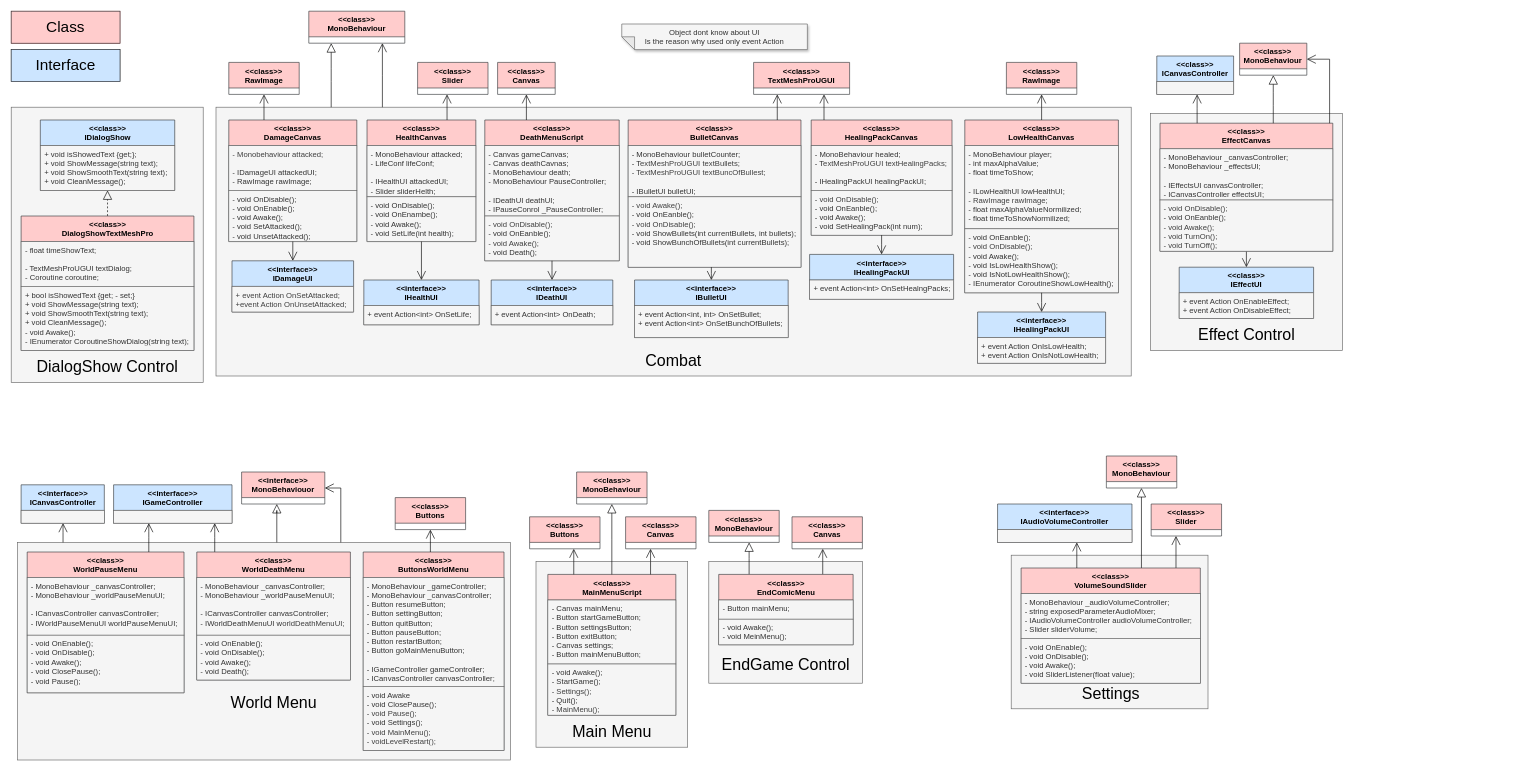
Before: doc/Class_Diagram_UI.drawio in OGecgo/TheCatCult, a draw.io diagram. Source tidied: cells renumbered, new cells numbered last; positions are measured from the earlier drawing's top-left corner, leaving out a move shared by most shapes. Both pictures are drawn from the tidied source at 64%, with x=0, y=0 at pixel (11, 11).
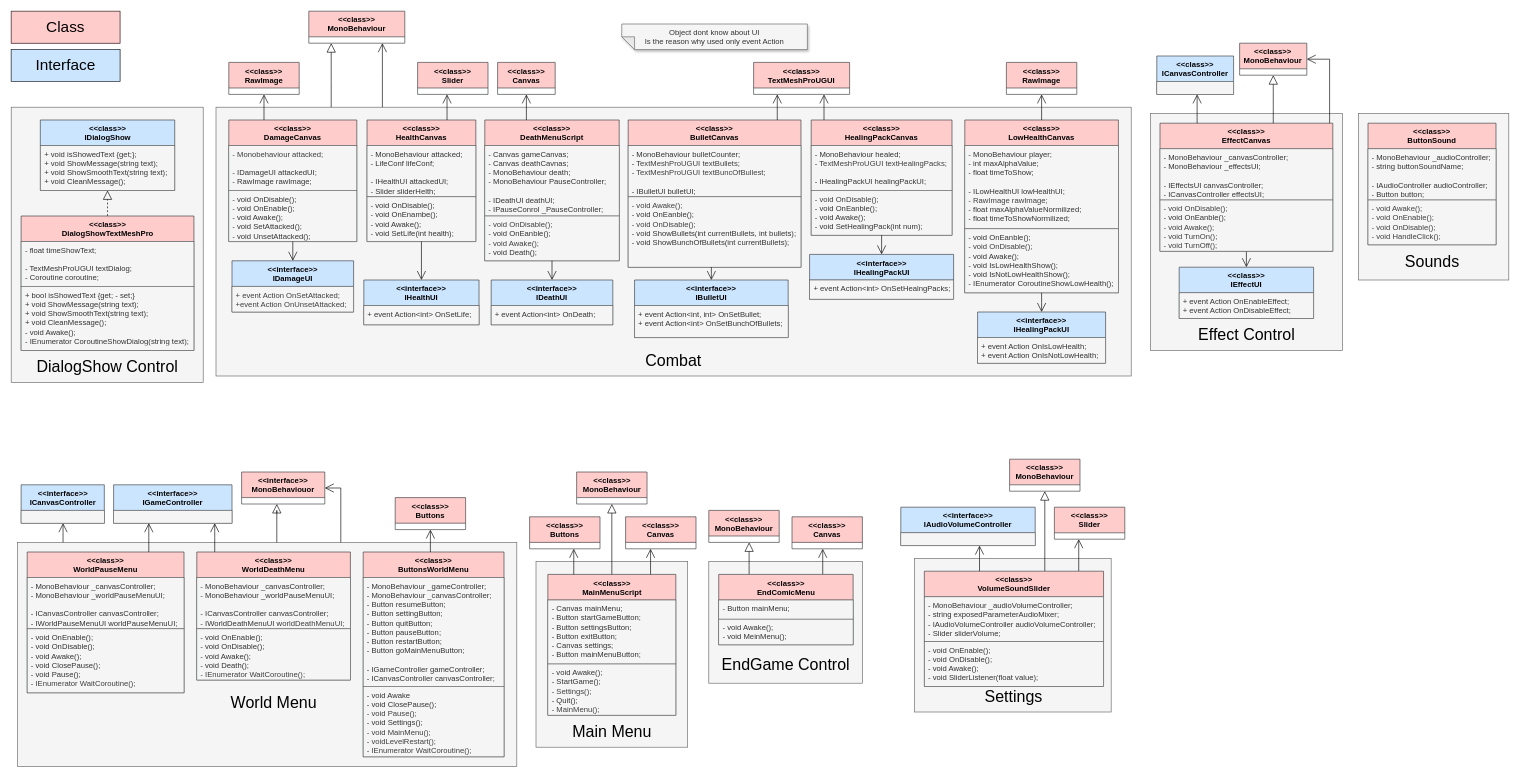
After the change.

Unchanged cells that the change refers to:
```xml
<mxCell id="62" value="&lt;div&gt;&amp;lt;&amp;lt;class&amp;gt;&amp;gt;&lt;/div&gt;&lt;div&gt;WorldPauseMenu&lt;/div&gt;" style="swimlane;fontStyle=1;align=center;verticalAlign=top;horizontal=1;startSize=40;whiteSpace=wrap;html=1;fillColor=#ffcccc;strokeColor=#36393d;" parent="1" vertex="1">
  <mxGeometry x="25" y="845" width="245" height="220" as="geometry" />
</mxCell>
<mxCell id="71" value="&lt;div&gt;&amp;lt;&amp;lt;class&amp;gt;&amp;gt;&lt;/div&gt;&lt;div&gt;WorldDeathMenu&lt;/div&gt;" style="swimlane;fontStyle=1;align=center;verticalAlign=top;horizontal=1;startSize=40;whiteSpace=wrap;html=1;fillColor=#ffcccc;strokeColor=#36393d;" parent="1" vertex="1">
  <mxGeometry x="290" y="845" width="240" height="200" as="geometry" />
</mxCell>
```

The edit, as a diff of the source:
```diff
@@
+    <mxCell id="139" style="rounded=0;whiteSpace=wrap;html=1;fillColor=#f5f5f5;fontColor=#333333;strokeColor=#666666;" parent="1" vertex="1">
+      <mxGeometry x="2105" y="160" width="235" height="260" as="geometry" />
+    </mxCell>
     <mxCell id="2" style="rounded=0;whiteSpace=wrap;html=1;fillColor=#f5f5f5;fontColor=#333333;strokeColor=#666666;" parent="1" vertex="1">
-      <mxGeometry x="10" y="830" width="770" height="340" as="geometry" />
+      <mxGeometry x="10" y="830" width="780" height="350" as="geometry" />
     </mxCell>
@@
     <mxCell id="57" value="&lt;div&gt;&amp;lt;&amp;lt;class&amp;gt;&amp;gt;&lt;/div&gt;&lt;div&gt;ButtonsWorldMenu&lt;/div&gt;" style="swimlane;fontStyle=1;align=center;verticalAlign=top;horizontal=1;startSize=40;whiteSpace=wrap;html=1;fillColor=#ffcccc;strokeColor=#36393d;" parent="1" vertex="1">
-      <mxGeometry x="550" y="845" width="220" height="310" as="geometry" />
+      <mxGeometry x="550" y="845" width="220" height="320" as="geometry" />
     </mxCell>
@@
-    <mxCell id="59" value="- void Awake&lt;div&gt;- void ClosePause();&lt;/div&gt;&lt;div style=&quot;color: rgb(63, 63, 63); scrollbar-color: rgb(226, 226, 226) rgb(251, 251, 251);&quot;&gt;- void Pause();&lt;/div&gt;&lt;div&gt;- void Settings();&lt;/div&gt;&lt;div&gt;&lt;span style=&quot;color: rgb(63, 63, 63); background-color: transparent;&quot;&gt;- void MainMenu();&lt;/span&gt;&lt;/div&gt;&lt;div&gt;&lt;span style=&quot;color: rgb(63, 63, 63); background-color: transparent;&quot;&gt;- voidLevelRestart();&lt;/span&gt;&lt;/div&gt;" style="text;align=left;verticalAlign=top;spacingLeft=4;spacingRight=4;overflow=hidden;whiteSpace=wrap;html=1;fillColor=#f5f5f5;fontColor=#333333;strokeColor=#666666;" parent="57" vertex="1">
-      <mxGeometry y="210" width="220" height="100" as="geometry" />
+    <mxCell id="59" value="- void Awake&lt;div&gt;- void ClosePause();&lt;/div&gt;&lt;div style=&quot;color: rgb(63, 63, 63); scrollbar-color: rgb(226, 226, 226) rgb(251, 251, 251);&quot;&gt;- void Pause();&lt;/div&gt;&lt;div&gt;- void Settings();&lt;/div&gt;&lt;div&gt;&lt;span style=&quot;color: rgb(63, 63, 63); background-color: transparent;&quot;&gt;- void MainMenu();&lt;/span&gt;&lt;/div&gt;&lt;div&gt;&lt;span style=&quot;color: rgb(63, 63, 63); background-color: transparent;&quot;&gt;- voidLevelRestart();&lt;/span&gt;&lt;/div&gt;&lt;div&gt;&lt;span style=&quot;color: rgb(63, 63, 63); background-color: transparent;&quot;&gt;- IEnumerator WaitCoroutine();&lt;/span&gt;&lt;/div&gt;" style="text;align=left;verticalAlign=top;spacingLeft=4;spacingRight=4;overflow=hidden;whiteSpace=wrap;html=1;fillColor=#f5f5f5;fontColor=#333333;strokeColor=#666666;" parent="57" vertex="1">
+      <mxGeometry y="210" width="220" height="110" as="geometry" />
     </mxCell>
@@
     <mxCell id="63" value="- MonoBehaviour _canvasController;&lt;div&gt;- MonoBehaviour _worldPauseMenuUI;&lt;/div&gt;&lt;div&gt;&lt;br&gt;&lt;/div&gt;&lt;div&gt;- ICanvasController canvasController;&lt;/div&gt;&lt;div&gt;- IWorldPauseMenuUI worldPauseMenuUI;&lt;/div&gt;" style="text;align=left;verticalAlign=top;spacingLeft=4;spacingRight=4;overflow=hidden;whiteSpace=wrap;html=1;fillColor=#f5f5f5;fontColor=#333333;strokeColor=#666666;" parent="62" vertex="1">
-      <mxGeometry y="40" width="245" height="90" as="geometry" />
+      <mxGeometry y="40" width="245" height="80" as="geometry" />
     </mxCell>
-    <mxCell id="64" value="- void OnEnable();&lt;div&gt;&lt;span style=&quot;color: rgb(51, 51, 51);&quot;&gt;- void OnDisable();&lt;/span&gt;&lt;/div&gt;&lt;div&gt;- void Awake();&lt;/div&gt;&lt;div&gt;- void ClosePause();&lt;/div&gt;&lt;div&gt;- void Pause();&lt;/div&gt;" style="text;align=left;verticalAlign=top;spacingLeft=4;spacingRight=4;overflow=hidden;whiteSpace=wrap;html=1;fillColor=#f5f5f5;fontColor=#333333;strokeColor=#666666;" parent="62" vertex="1">
-      <mxGeometry y="130" width="245" height="90" as="geometry" />
+    <mxCell id="64" value="- void OnEnable();&lt;div&gt;&lt;span style=&quot;color: rgb(51, 51, 51);&quot;&gt;- void OnDisable();&lt;/span&gt;&lt;/div&gt;&lt;div&gt;- void Awake();&lt;/div&gt;&lt;div&gt;- void ClosePause();&lt;/div&gt;&lt;div&gt;- void Pause();&lt;/div&gt;&lt;div&gt;&lt;span style=&quot;color: rgb(63, 63, 63);&quot;&gt;- IEnumerator WaitCoroutine();&lt;/span&gt;&lt;/div&gt;" style="text;align=left;verticalAlign=top;spacingLeft=4;spacingRight=4;overflow=hidden;whiteSpace=wrap;html=1;fillColor=#f5f5f5;fontColor=#333333;strokeColor=#666666;" parent="62" vertex="1">
+      <mxGeometry y="120" width="245" height="100" as="geometry" />
     </mxCell>
@@
     <mxCell id="72" value="- MonoBehaviour _canvasController;&lt;div&gt;- MonoBehaviour _worldPauseMenuUI;&lt;/div&gt;&lt;div&gt;&lt;br&gt;&lt;/div&gt;&lt;div&gt;- ICanvasController canvasController;&lt;/div&gt;&lt;div&gt;- IWorldDeathMenuUI w&lt;span style=&quot;color: rgb(63, 63, 63); background-color: transparent;&quot;&gt;orldDeathMenuUI&lt;/span&gt;&lt;span style=&quot;color: rgb(63, 63, 63); background-color: transparent;&quot;&gt;;&lt;/span&gt;&lt;/div&gt;" style="text;align=left;verticalAlign=top;spacingLeft=4;spacingRight=4;overflow=hidden;whiteSpace=wrap;html=1;fillColor=#f5f5f5;fontColor=#333333;strokeColor=#666666;" parent="71" vertex="1">
-      <mxGeometry y="40" width="240" height="90" as="geometry" />
+      <mxGeometry y="40" width="240" height="80" as="geometry" />
     </mxCell>
-    <mxCell id="73" value="- void OnEnable();&lt;div&gt;&lt;span style=&quot;color: rgb(51, 51, 51);&quot;&gt;- void OnDisable();&lt;/span&gt;&lt;/div&gt;&lt;div&gt;- void Awake();&lt;/div&gt;&lt;div&gt;- void Death();&lt;/div&gt;" style="text;align=left;verticalAlign=top;spacingLeft=4;spacingRight=4;overflow=hidden;whiteSpace=wrap;html=1;fillColor=#f5f5f5;fontColor=#333333;strokeColor=#666666;" parent="71" vertex="1">
-      <mxGeometry y="130" width="240" height="70" as="geometry" />
+    <mxCell id="73" value="- void OnEnable();&lt;div&gt;&lt;span style=&quot;color: rgb(51, 51, 51);&quot;&gt;- void OnDisable();&lt;/span&gt;&lt;/div&gt;&lt;div&gt;- void Awake();&lt;/div&gt;&lt;div&gt;- void Death();&lt;/div&gt;&lt;div&gt;&lt;span style=&quot;color: rgb(63, 63, 63);&quot;&gt;- IEnumerator WaitCoroutine();&lt;/span&gt;&lt;/div&gt;" style="text;align=left;verticalAlign=top;spacingLeft=4;spacingRight=4;overflow=hidden;whiteSpace=wrap;html=1;fillColor=#f5f5f5;fontColor=#333333;strokeColor=#666666;" parent="71" vertex="1">
+      <mxGeometry y="120" width="240" height="80" as="geometry" />
     </mxCell>
@@
     <mxCell id="126" style="rounded=0;whiteSpace=wrap;html=1;fillColor=#f5f5f5;fontColor=#333333;strokeColor=#666666;" parent="1" vertex="1">
-      <mxGeometry x="1562.5" y="850" width="307.5" height="240" as="geometry" />
+      <mxGeometry x="1411.2" y="855" width="307.5" height="240" as="geometry" />
     </mxCell>
     <mxCell id="127" value="&lt;div&gt;&amp;lt;&amp;lt;class&amp;gt;&amp;gt;&lt;/div&gt;&lt;div&gt;MonoBehaviour&lt;/div&gt;" style="swimlane;fontStyle=1;align=center;verticalAlign=top;horizontal=1;startSize=40;whiteSpace=wrap;html=1;fillColor=#ffcccc;strokeColor=#36393d;" parent="1" vertex="1">
-      <mxGeometry x="1711.2" y="695" width="110" height="50" as="geometry" />
+      <mxGeometry x="1560" y="700" width="110" height="50" as="geometry" />
     </mxCell>
     <mxCell id="128" value="&lt;div&gt;&amp;lt;&amp;lt;class&amp;gt;&amp;gt;&lt;/div&gt;&lt;div&gt;Slider&lt;/div&gt;" style="swimlane;fontStyle=1;align=center;verticalAlign=top;horizontal=1;startSize=40;whiteSpace=wrap;html=1;fillColor=#ffcccc;strokeColor=#36393d;" parent="1" vertex="1">
-      <mxGeometry x="1781.2" y="770" width="110" height="50" as="geometry" />
+      <mxGeometry x="1630" y="775" width="110" height="50" as="geometry" />
     </mxCell>
@@
     <mxCell id="131" value="&lt;div&gt;&amp;lt;&amp;lt;class&amp;gt;&amp;gt;&lt;/div&gt;&lt;div&gt;VolumeSoundSlider&lt;/div&gt;" style="swimlane;fontStyle=1;align=center;verticalAlign=top;horizontal=1;startSize=40;whiteSpace=wrap;html=1;fillColor=#ffcccc;strokeColor=#36393d;" parent="1" vertex="1">
-      <mxGeometry x="1578" y="870" width="280" height="180" as="geometry" />
+      <mxGeometry x="1426.8" y="875" width="280" height="180" as="geometry" />
     </mxCell>
@@
     <mxCell id="134" value="Settings" style="text;html=1;align=center;verticalAlign=middle;whiteSpace=wrap;rounded=0;fontSize=25;" parent="1" vertex="1">
-      <mxGeometry x="1600.5" y="1050" width="235" height="30" as="geometry" />
+      <mxGeometry x="1449.2" y="1055" width="235" height="30" as="geometry" />
     </mxCell>
     <mxCell id="135" value="&lt;div&gt;&amp;lt;&amp;lt;interface&amp;gt;&amp;gt;&lt;/div&gt;&lt;div&gt;IAudioVolumeController&lt;/div&gt;" style="swimlane;fontStyle=1;align=center;verticalAlign=top;horizontal=1;startSize=40;whiteSpace=wrap;html=1;fillColor=#cce5ff;strokeColor=#36393d;" parent="1" vertex="1">
-      <mxGeometry x="1541.2" y="770" width="210" height="60" as="geometry" />
+      <mxGeometry x="1390" y="775" width="210" height="60" as="geometry" />
     </mxCell>
@@
+    <mxCell id="140" value="&lt;div&gt;&amp;lt;&amp;lt;class&amp;gt;&amp;gt;&lt;/div&gt;&lt;div&gt;ButtonSound&lt;/div&gt;" style="swimlane;fontStyle=1;align=center;verticalAlign=top;horizontal=1;startSize=40;whiteSpace=wrap;html=1;fillColor=#ffcccc;strokeColor=#36393d;" parent="1" vertex="1">
+      <mxGeometry x="2120" y="175" width="200" height="190" as="geometry" />
+    </mxCell>
+    <mxCell id="141" value="&lt;div&gt;&lt;font color=&quot;#333333&quot;&gt;- MonoBehaviour _audioController;&lt;/font&gt;&lt;/div&gt;&lt;div&gt;&lt;font color=&quot;#333333&quot;&gt;- string buttonSoundName;&lt;/font&gt;&lt;/div&gt;&lt;div&gt;&lt;font color=&quot;#333333&quot;&gt;&lt;br&gt;&lt;/font&gt;&lt;/div&gt;&lt;div&gt;&lt;font color=&quot;#333333&quot;&gt;- IAudioController audioController;&lt;/font&gt;&lt;/div&gt;&lt;div&gt;&lt;font color=&quot;#333333&quot;&gt;- Button button;&lt;/font&gt;&lt;/div&gt;" style="text;align=left;verticalAlign=top;spacingLeft=4;spacingRight=4;overflow=hidden;whiteSpace=wrap;html=1;fillColor=#f5f5f5;fontColor=#333333;strokeColor=#666666;" parent="140" vertex="1">
+      <mxGeometry y="40" width="200" height="80" as="geometry" />
+    </mxCell>
+    <mxCell id="142" value="&lt;div style=&quot;scrollbar-color: rgb(226, 226, 226) rgb(251, 251, 251); color: rgb(63, 63, 63);&quot;&gt;- void Awake();&lt;/div&gt;&lt;div style=&quot;scrollbar-color: rgb(226, 226, 226) rgb(251, 251, 251); color: rgb(63, 63, 63);&quot;&gt;- void OnEnable();&lt;/div&gt;&lt;div style=&quot;scrollbar-color: rgb(226, 226, 226) rgb(251, 251, 251); color: rgb(63, 63, 63);&quot;&gt;- void OnDisable();&lt;/div&gt;&lt;div style=&quot;scrollbar-color: rgb(226, 226, 226) rgb(251, 251, 251); color: rgb(63, 63, 63);&quot;&gt;- void HandleClick();&lt;/div&gt;" style="text;align=left;verticalAlign=top;spacingLeft=4;spacingRight=4;overflow=hidden;whiteSpace=wrap;html=1;fillColor=#f5f5f5;fontColor=#333333;strokeColor=#666666;" parent="140" vertex="1">
+      <mxGeometry y="120" width="200" height="70" as="geometry" />
+    </mxCell>
+    <mxCell id="143" value="Sounds" style="text;html=1;align=center;verticalAlign=middle;whiteSpace=wrap;rounded=0;fontSize=25;" parent="1" vertex="1">
+      <mxGeometry x="2125.6" y="375" width="188.8" height="30" as="geometry" />
+    </mxCell>
```
